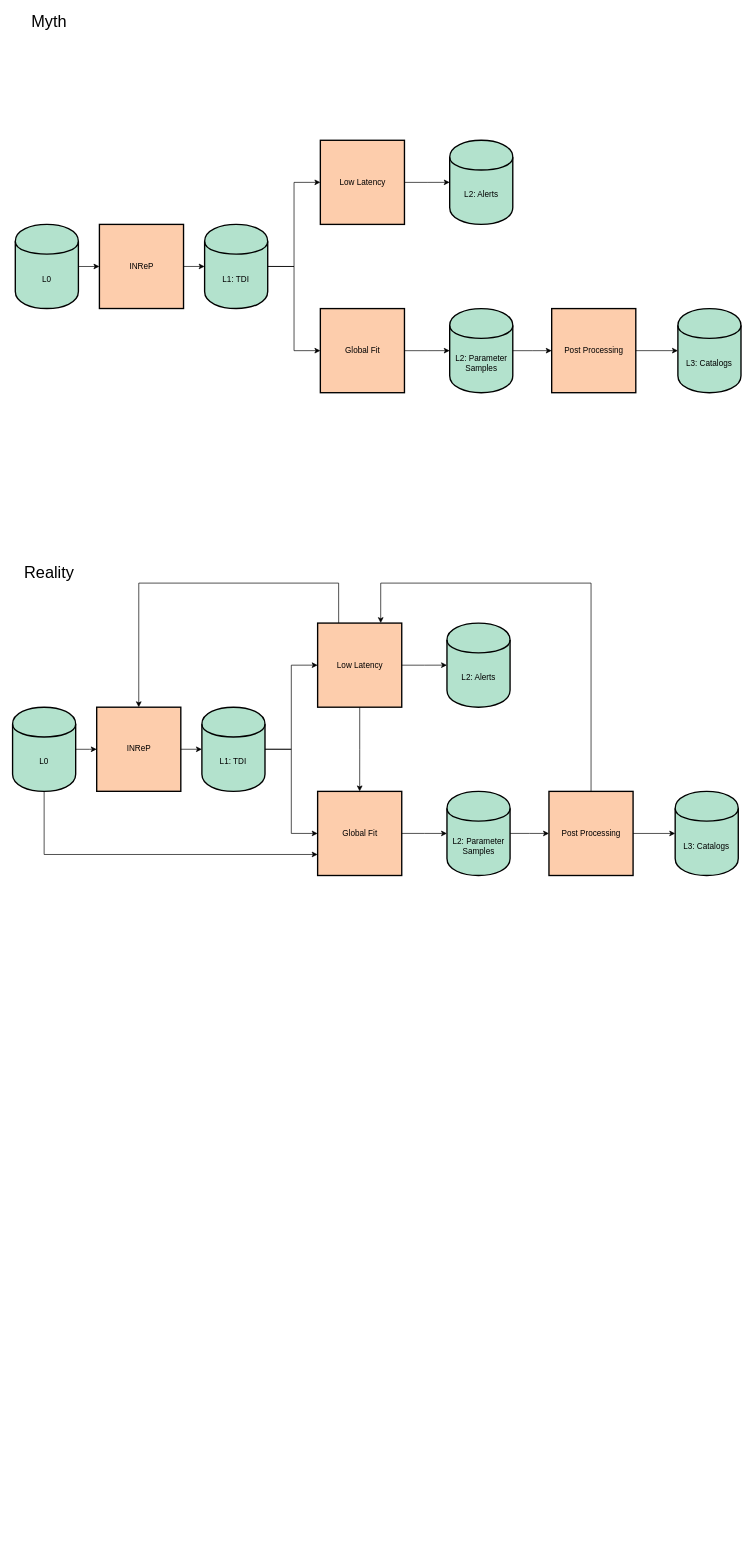
The draw.io diagram page "Overview" (1 of 4) of LISADataFlow.drawio in tlittenberg/ldasoft, before the edit. Source tidied: cells renumbered, new cells numbered last; positions are measured from the earlier drawing's top-left corner, leaving out a move shared by most shapes. Both pictures are drawn from the tidied source at 68%, with x=0, y=0 at pixel (12, 12).
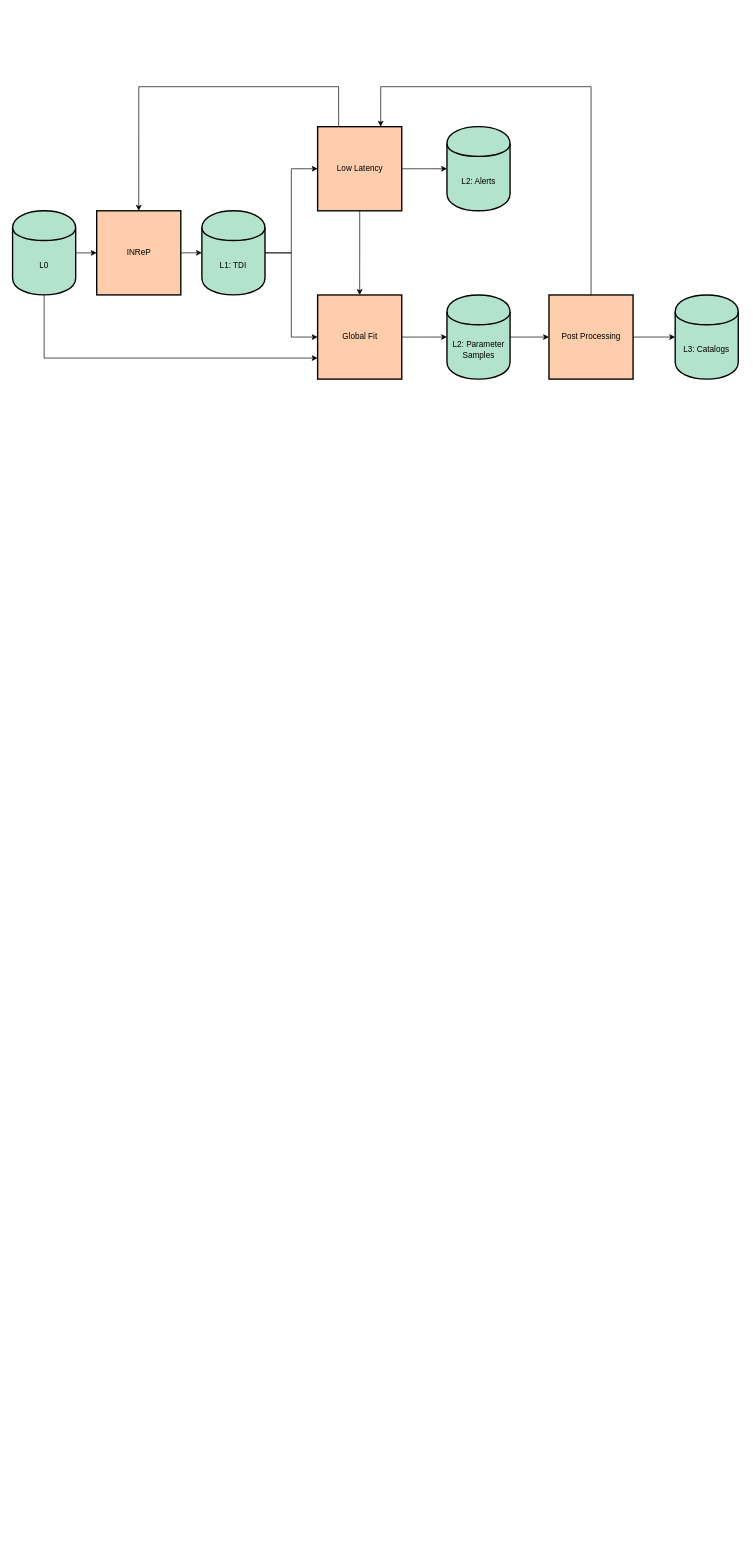
After the change.

Diff of the diagram source:
```diff
@@
     <mxCell id="3" style="group;" parent="1" vertex="1">
-      <mxGeometry y="840" width="1067.2" height="430" as="geometry" />
+      <mxGeometry y="110" width="1067.2" height="430" as="geometry" />
     </mxCell>
@@
-    <mxCell id="25" value="INReP" style="whiteSpace=wrap;html=1;fillColor=#fdcdac;strokeWidth=2;" parent="1" vertex="1">
-      <mxGeometry x="127.7" y="312.5" width="123.7" height="123.7" as="geometry" />
-    </mxCell>
-    <mxCell id="26" value="Global Fit" style="whiteSpace=wrap;html=1;fillColor=#fdcdac;strokeWidth=2;" parent="1" vertex="1">
-      <mxGeometry x="452.6" y="436.3" width="123.7" height="123.7" as="geometry" />
-    </mxCell>
-    <mxCell id="27" value="L2: Parameter Samples" style="shape=cylinder;whiteSpace=wrap;html=1;boundedLbl=1;backgroundOutline=1;fillColor=#b3e2cd;strokeWidth=2;" parent="1" vertex="1">
-      <mxGeometry x="642.8" y="436.3" width="92.8" height="123.7" as="geometry" />
-    </mxCell>
-    <mxCell id="28" style="edgeStyle=orthogonalEdgeStyle;rounded=0;jettySize=auto;html=1;entryX=0;entryY=0.5;entryDx=0;entryDy=0;" parent="1" edge="1" source="26" target="27">
-      <mxGeometry x="20" y="180" as="geometry" />
-    </mxCell>
-    <mxCell id="29" value="Low Latency" style="whiteSpace=wrap;html=1;fillColor=#fdcdac;strokeWidth=2;" parent="1" vertex="1">
-      <mxGeometry x="452.6" y="188.8" width="123.7" height="123.7" as="geometry" />
-    </mxCell>
-    <mxCell id="30" value="L2: Alerts" style="shape=cylinder;whiteSpace=wrap;html=1;boundedLbl=1;backgroundOutline=1;fillColor=#b3e2cd;strokeWidth=2;" parent="1" vertex="1">
-      <mxGeometry x="642.8" y="188.8" width="92.8" height="123.7" as="geometry" />
-    </mxCell>
-    <mxCell id="31" style="edgeStyle=orthogonalEdgeStyle;rounded=0;jettySize=auto;html=1;entryX=0;entryY=0.5;entryDx=0;entryDy=0;" parent="1" edge="1" source="29" target="30">
-      <mxGeometry x="20" y="180" as="geometry" />
-    </mxCell>
-    <mxCell id="32" value="Post Processing" style="whiteSpace=wrap;html=1;fillColor=#fdcdac;strokeWidth=2;" parent="1" vertex="1">
-      <mxGeometry x="792.8" y="436.3" width="123.7" height="123.7" as="geometry" />
-    </mxCell>
-    <mxCell id="33" style="edgeStyle=orthogonalEdgeStyle;rounded=0;jettySize=auto;html=1;entryX=0;entryY=0.5;entryDx=0;entryDy=0;" parent="1" edge="1" source="27" target="32">
-      <mxGeometry x="20" y="180" as="geometry" />
-    </mxCell>
-    <mxCell id="34" value="L3: Catalogs" style="shape=cylinder;whiteSpace=wrap;html=1;boundedLbl=1;backgroundOutline=1;fillColor=#b3e2cd;strokeWidth=2;" parent="1" vertex="1">
-      <mxGeometry x="978.4" y="436.3" width="92.8" height="123.7" as="geometry" />
-    </mxCell>
-    <mxCell id="35" style="edgeStyle=orthogonalEdgeStyle;rounded=0;jettySize=auto;html=1;exitX=1;exitY=0.5;exitDx=0;exitDy=0;entryX=0;entryY=0.5;entryDx=0;entryDy=0;" parent="1" edge="1" source="32" target="34">
-      <mxGeometry x="20" y="180" as="geometry" />
-    </mxCell>
-    <mxCell id="36" style="edgeStyle=orthogonalEdgeStyle;rounded=0;jettySize=auto;html=1;exitX=1;exitY=0.5;exitDx=0;exitDy=0;entryX=0;entryY=0.5;entryDx=0;entryDy=0;" parent="1" edge="1" source="38" target="29">
-      <mxGeometry x="20" y="180" as="geometry" />
-    </mxCell>
-    <mxCell id="37" style="edgeStyle=orthogonalEdgeStyle;rounded=0;jettySize=auto;html=1;exitX=1;exitY=0.5;exitDx=0;exitDy=0;entryX=0;entryY=0.5;entryDx=0;entryDy=0;" parent="1" edge="1" source="38" target="26">
-      <mxGeometry x="20" y="180" as="geometry" />
-    </mxCell>
-    <mxCell id="38" value="L1: TDI" style="shape=cylinder;whiteSpace=wrap;html=1;boundedLbl=1;backgroundOutline=1;fillColor=#b3e2cd;strokeWidth=2;" parent="1" vertex="1">
-      <mxGeometry x="282.4" y="312.5" width="92.8" height="123.7" as="geometry" />
-    </mxCell>
-    <mxCell id="39" style="edgeStyle=orthogonalEdgeStyle;rounded=0;jettySize=auto;html=1;exitX=1;exitY=0.5;exitDx=0;exitDy=0;entryX=0;entryY=0.5;entryDx=0;entryDy=0;" parent="1" edge="1" source="25" target="38">
-      <mxGeometry x="20" y="180" as="geometry" />
-    </mxCell>
-    <mxCell id="40" style="edgeStyle=orthogonalEdgeStyle;rounded=0;jettySize=auto;html=1;entryX=0;entryY=0.5;entryDx=0;entryDy=0;" parent="1" edge="1" source="41" target="25">
-      <mxGeometry x="20" y="180" as="geometry" />
-    </mxCell>
-    <mxCell id="41" value="L0" style="shape=cylinder;whiteSpace=wrap;html=1;boundedLbl=1;backgroundOutline=1;fillColor=#b3e2cd;strokeWidth=2;" parent="1" vertex="1">
-      <mxGeometry x="4" y="312.5" width="92.8" height="123.7" as="geometry" />
-    </mxCell>
-    <mxCell id="42" value="&lt;span style=&quot;font-size: 24px&quot;&gt;Myth&lt;/span&gt;" style="text;html=1;strokeColor=none;fillColor=none;align=center;verticalAlign=middle;whiteSpace=wrap;rounded=0;" parent="1" vertex="1">
-      <mxGeometry x="24" width="60" height="30" as="geometry" />
-    </mxCell>
-    <mxCell id="43" value="&lt;span style=&quot;font-size: 24px&quot;&gt;Reality&lt;/span&gt;" style="text;html=1;strokeColor=none;fillColor=none;align=center;verticalAlign=middle;whiteSpace=wrap;rounded=0;" parent="1" vertex="1">
-      <mxGeometry x="24" y="810" width="60" height="30" as="geometry" />
-    </mxCell>
```
